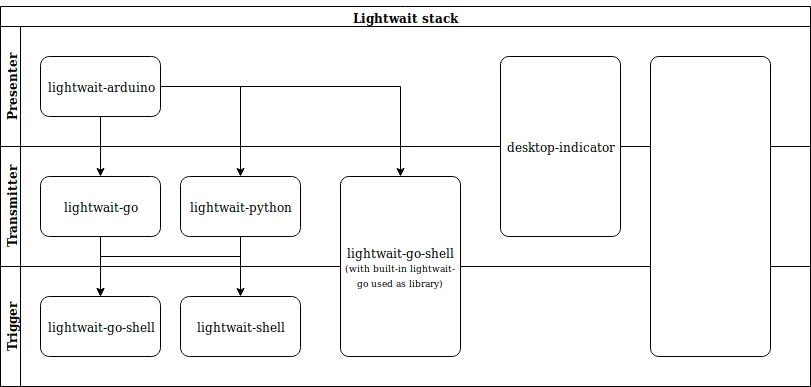
Above: lightwait-stack.png in BuZZ-T/lightwait (draw.io), before the change. Source tidied: cells renumbered, new cells last; positions are measured from the earlier drawing's top-left corner, leaving out a move shared by most shapes.
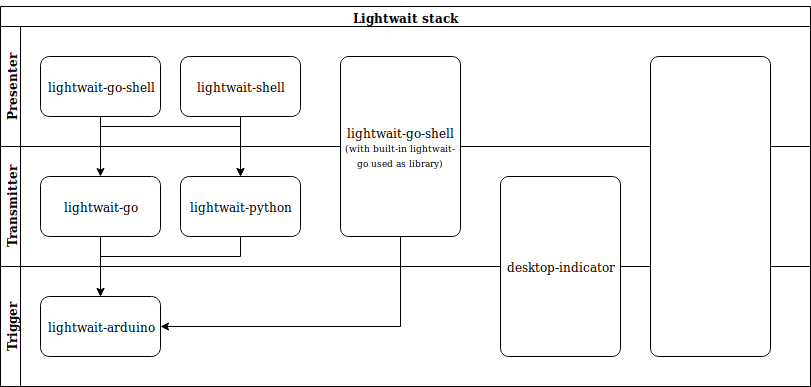
The same diagram one commit later.

Commit message:
Multi-blinking etc.

The edit, as a diff of the source:
```diff
@@ -8,63 +8,67 @@
     <mxCell id="3" value="&lt;div&gt;Presenter&lt;/div&gt;" style="swimlane;html=1;startSize=20;horizontal=0;" parent="2" vertex="1">
       <mxGeometry y="20" width="810" height="120" as="geometry" />
     </mxCell>
-    <mxCell id="4" value="lightwait-arduino" style="rounded=1;whiteSpace=wrap;html=1;labelBackgroundColor=none;" parent="3" vertex="1">
-      <mxGeometry x="40" y="30" width="120" height="60" as="geometry" />
-    </mxCell>
+    <mxCell id="11" value="lightwait-shell" style="rounded=1;whiteSpace=wrap;html=1;labelBackgroundColor=none;" parent="3" vertex="1">
+      <mxGeometry x="180" y="30" width="120" height="60" as="geometry" />
+    </mxCell>
+    <mxCell id="10" value="lightwait-go-shell" style="rounded=1;whiteSpace=wrap;html=1;labelBackgroundColor=none;" parent="3" vertex="1">
+      <mxGeometry x="40" y="30" width="120" height="60" as="geometry" />
+    </mxCell>
     <mxCell id="5" value="&lt;div&gt;Transmitter&lt;/div&gt;" style="swimlane;html=1;startSize=20;horizontal=0;" parent="2" vertex="1">
       <mxGeometry y="140" width="810" height="120" as="geometry" />
     </mxCell>
     <mxCell id="6" value="lightwait-go" style="rounded=1;whiteSpace=wrap;html=1;labelBackgroundColor=none;" parent="5" vertex="1">
       <mxGeometry x="40" y="30" width="120" height="60" as="geometry" />
     </mxCell>
+    <mxCell id="8" value="lightwait-python" style="rounded=1;whiteSpace=wrap;html=1;labelBackgroundColor=none;" parent="5" vertex="1">
+      <mxGeometry x="180" y="30" width="120" height="60" as="geometry" />
+    </mxCell>
+    <mxCell id="12" value="&lt;div&gt;lightwait-go-shell&lt;/div&gt;&lt;div&gt;&lt;font style=&quot;font-size: 9px&quot;&gt;(with built-in lightwait-go used as library)&lt;/font&gt;&lt;br&gt;&lt;/div&gt;" style="rounded=1;whiteSpace=wrap;html=1;labelBackgroundColor=none;arcSize=7;" parent="5" vertex="1">
+      <mxGeometry x="340" y="-90" width="120" height="180" as="geometry" />
+    </mxCell>
+    <mxCell id="9" value="Trigger" style="swimlane;html=1;startSize=20;horizontal=0;" parent="2" vertex="1">
+      <mxGeometry y="260" width="810" height="120" as="geometry" />
+    </mxCell>
+    <mxCell id="13" style="rounded=1;whiteSpace=wrap;html=1;labelBackgroundColor=none;arcSize=7;" parent="9" vertex="1">
+      <mxGeometry x="650" y="-210" width="120" height="300" as="geometry" />
+    </mxCell>
-    <mxCell id="7" value="desktop-indicator" style="rounded=1;whiteSpace=wrap;html=1;labelBackgroundColor=none;arcSize=7;" parent="5" vertex="1">
+    <mxCell id="7" value="desktop-indicator" style="rounded=1;whiteSpace=wrap;html=1;labelBackgroundColor=none;arcSize=7;" parent="9" vertex="1">
       <mxGeometry x="500" y="-90" width="120" height="180" as="geometry" />
     </mxCell>
-    <mxCell id="8" value="lightwait-python" style="rounded=1;whiteSpace=wrap;html=1;labelBackgroundColor=none;" parent="5" vertex="1">
-      <mxGeometry x="180" y="30" width="120" height="60" as="geometry" />
-    </mxCell>
-    <mxCell id="9" value="Trigger" style="swimlane;html=1;startSize=20;horizontal=0;" parent="2" vertex="1">
-      <mxGeometry y="260" width="810" height="120" as="geometry" />
-    </mxCell>
-    <mxCell id="10" value="lightwait-go-shell" style="rounded=1;whiteSpace=wrap;html=1;labelBackgroundColor=none;" parent="9" vertex="1">
-      <mxGeometry x="40" y="30" width="120" height="60" as="geometry" />
-    </mxCell>
-    <mxCell id="11" value="lightwait-shell" style="rounded=1;whiteSpace=wrap;html=1;labelBackgroundColor=none;" parent="9" vertex="1">
-      <mxGeometry x="180" y="30" width="120" height="60" as="geometry" />
-    </mxCell>
-    <mxCell id="12" value="&lt;div&gt;lightwait-go-shell&lt;/div&gt;&lt;div&gt;&lt;font style=&quot;font-size: 9px&quot;&gt;(with built-in lightwait-go used as library)&lt;/font&gt;&lt;br&gt;&lt;/div&gt;" style="rounded=1;whiteSpace=wrap;html=1;labelBackgroundColor=none;arcSize=7;" parent="9" vertex="1">
-      <mxGeometry x="340" y="-90" width="120" height="180" as="geometry" />
-    </mxCell>
-    <mxCell id="13" style="rounded=1;whiteSpace=wrap;html=1;labelBackgroundColor=none;arcSize=7;" parent="9" vertex="1">
-      <mxGeometry x="650" y="-210" width="120" height="300" as="geometry" />
-    </mxCell>
-    <mxCell id="14" style="edgeStyle=orthogonalEdgeStyle;rounded=0;jettySize=auto;html=1;" parent="2" edge="1" source="6" target="10">
-      <mxGeometry relative="1" as="geometry" />
-    </mxCell>
-    <mxCell id="15" style="edgeStyle=orthogonalEdgeStyle;rounded=0;jettySize=auto;html=1;" parent="2" edge="1" source="4" target="6">
-      <mxGeometry relative="1" as="geometry" />
-    </mxCell>
-    <mxCell id="16" style="edgeStyle=orthogonalEdgeStyle;rounded=0;jettySize=auto;html=1;" parent="2" edge="1" source="4" target="8">
-      <mxGeometry relative="1" as="geometry" />
-    </mxCell>
-    <mxCell id="17" style="edgeStyle=orthogonalEdgeStyle;rounded=0;jettySize=auto;html=1;entryX=0.5;entryY=0;entryDx=0;entryDy=0;" parent="2" edge="1" source="4" target="12">
-      <mxGeometry relative="1" as="geometry" />
-    </mxCell>
-    <mxCell id="18" style="edgeStyle=orthogonalEdgeStyle;rounded=0;jettySize=auto;html=1;entryX=0.5;entryY=0;entryDx=0;entryDy=0;" parent="2" edge="1" source="8" target="10">
-      <mxGeometry relative="1" as="geometry">
-        <Array as="points">
-          <mxPoint x="240" y="250" />
-          <mxPoint x="100" y="250" />
-        </Array>
-      </mxGeometry>
-    </mxCell>
-    <mxCell id="19" style="edgeStyle=orthogonalEdgeStyle;rounded=0;jettySize=auto;html=1;entryX=0.5;entryY=0;entryDx=0;entryDy=0;" parent="2" edge="1" source="6" target="11">
-      <mxGeometry relative="1" as="geometry">
-        <Array as="points">
-          <mxPoint x="100" y="250" />
-          <mxPoint x="240" y="250" />
-        </Array>
-      </mxGeometry>
-    </mxCell>
+    <mxCell id="4" value="lightwait-arduino" style="rounded=1;whiteSpace=wrap;html=1;labelBackgroundColor=none;" parent="9" vertex="1">
+      <mxGeometry x="40" y="30" width="120" height="60" as="geometry" />
+    </mxCell>
+    <mxCell id="20" style="edgeStyle=orthogonalEdgeStyle;rounded=0;jettySize=auto;html=1;exitX=0.5;exitY=1;exitDx=0;exitDy=0;entryX=0.5;entryY=0;entryDx=0;entryDy=0;" parent="2" edge="1" source="10" target="6">
+      <mxGeometry relative="1" as="geometry" />
+    </mxCell>
+    <mxCell id="21" style="edgeStyle=orthogonalEdgeStyle;rounded=0;jettySize=auto;html=1;exitX=0.5;exitY=1;exitDx=0;exitDy=0;entryX=0.5;entryY=0;entryDx=0;entryDy=0;" parent="2" edge="1" source="6" target="4">
+      <mxGeometry relative="1" as="geometry" />
+    </mxCell>
+    <mxCell id="22" style="edgeStyle=orthogonalEdgeStyle;rounded=0;jettySize=auto;html=1;exitX=0.5;exitY=1;exitDx=0;exitDy=0;entryX=0.5;entryY=0;entryDx=0;entryDy=0;" parent="2" edge="1" source="8" target="4">
+      <mxGeometry relative="1" as="geometry">
+        <Array as="points">
+          <mxPoint x="240" y="250" />
+          <mxPoint x="100" y="250" />
+        </Array>
+      </mxGeometry>
+    </mxCell>
+    <mxCell id="23" style="edgeStyle=orthogonalEdgeStyle;rounded=0;jettySize=auto;html=1;entryX=0.5;entryY=0;entryDx=0;entryDy=0;" parent="2" edge="1" source="11" target="8">
+      <mxGeometry relative="1" as="geometry" />
+    </mxCell>
+    <mxCell id="24" style="edgeStyle=orthogonalEdgeStyle;rounded=0;jettySize=auto;html=1;entryX=0.5;entryY=0;entryDx=0;entryDy=0;" parent="2" edge="1" source="10" target="8">
+      <mxGeometry relative="1" as="geometry">
+        <Array as="points">
+          <mxPoint x="100" y="120" />
+          <mxPoint x="240" y="120" />
+        </Array>
+      </mxGeometry>
+    </mxCell>
+    <mxCell id="25" style="edgeStyle=orthogonalEdgeStyle;rounded=0;jettySize=auto;html=1;entryX=1;entryY=0.5;entryDx=0;entryDy=0;" parent="2" edge="1" source="12" target="4">
+      <mxGeometry relative="1" as="geometry">
+        <Array as="points">
+          <mxPoint x="400" y="320" />
+        </Array>
+      </mxGeometry>
+    </mxCell>
   </root>
 </mxGraphModel>
```
